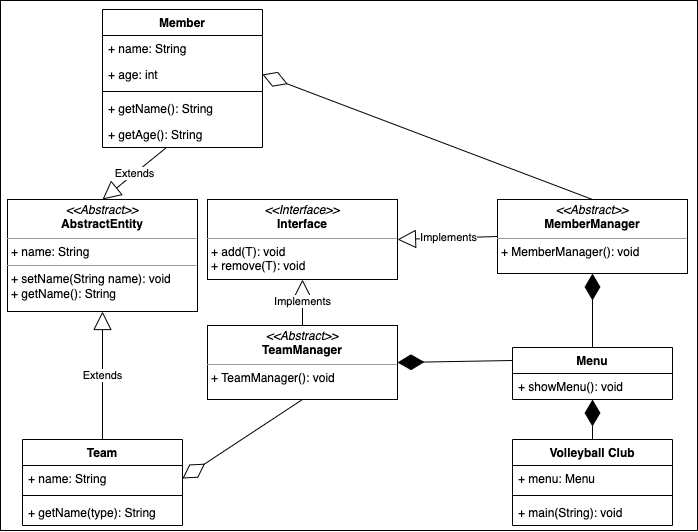
This is K05/UML.drawio.png from biankazieba/TBZ-Module-320, a draw.io export, as it was before one commit. Source tidied: cells renumbered, new cells last; positions are measured from the earlier drawing's top-left corner, leaving out a move shared by most shapes.
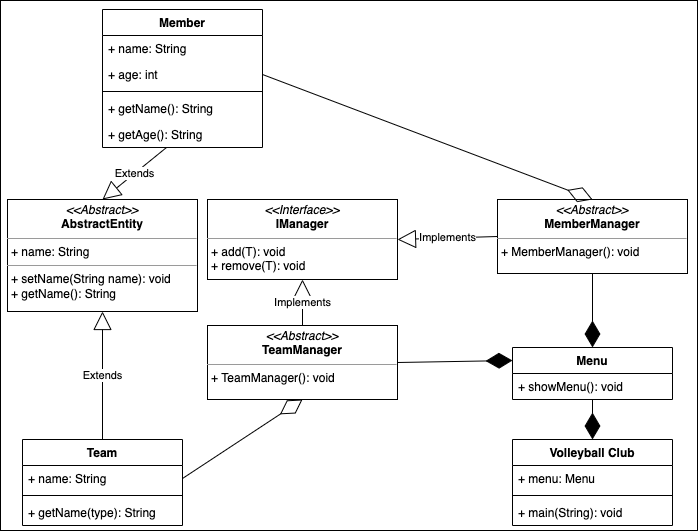
After the commit.

What changed in the source:
```diff
@@ -74,23 +74,23 @@
     <mxCell id="25" value="Implements" style="endArrow=block;endSize=16;endFill=0;html=1;exitX=0;exitY=0.5;exitDx=0;exitDy=0;entryX=1;entryY=0.5;entryDx=0;entryDy=0;" parent="1" edge="1" source="22" target="31">
       <mxGeometry x="-0.01" relative="1" as="geometry" />
     </mxCell>
-    <mxCell id="26" style="endArrow=diamondThin;endFill=0;endSize=24;html=1;entryX=1;entryY=0.5;entryDx=0;entryDy=0;exitX=0.5;exitY=0;exitDx=0;exitDy=0;" parent="1" edge="1" source="22" target="13">
+    <mxCell id="26" style="endArrow=diamondThin;endFill=0;endSize=24;html=1;exitX=1;exitY=0.5;exitDx=0;exitDy=0;entryX=0.5;entryY=0;entryDx=0;entryDy=0;" parent="1" edge="1" source="13" target="22">
       <mxGeometry relative="1" as="geometry" />
     </mxCell>
-    <mxCell id="27" style="endArrow=diamondThin;endFill=0;endSize=24;html=1;entryX=1;entryY=0.5;entryDx=0;entryDy=0;exitX=0.5;exitY=1;exitDx=0;exitDy=0;" parent="1" edge="1" source="23" target="8">
+    <mxCell id="27" style="endArrow=diamondThin;endFill=0;endSize=24;html=1;exitX=1;exitY=0.5;exitDx=0;exitDy=0;entryX=0.5;entryY=1;entryDx=0;entryDy=0;" parent="1" edge="1" source="8" target="23">
       <mxGeometry relative="1" as="geometry" />
     </mxCell>
-    <mxCell id="28" style="endArrow=diamondThin;endFill=1;endSize=24;html=1;entryX=0.5;entryY=1;entryDx=0;entryDy=0;exitX=0.5;exitY=0;exitDx=0;exitDy=0;" parent="1" edge="1" source="17" target="22">
+    <mxCell id="28" style="endArrow=diamondThin;endFill=1;endSize=24;html=1;exitX=0.5;exitY=1;exitDx=0;exitDy=0;entryX=0.5;entryY=0;entryDx=0;entryDy=0;" parent="1" edge="1" source="22" target="17">
       <mxGeometry relative="1" as="geometry" />
     </mxCell>
-    <mxCell id="29" style="endArrow=diamondThin;endFill=1;endSize=24;html=1;entryX=1;entryY=0.5;entryDx=0;entryDy=0;exitX=0;exitY=0.25;exitDx=0;exitDy=0;" parent="1" edge="1" source="17" target="23">
+    <mxCell id="29" style="endArrow=diamondThin;endFill=1;endSize=24;html=1;exitX=1;exitY=0.5;exitDx=0;exitDy=0;entryX=0;entryY=0.25;entryDx=0;entryDy=0;" parent="1" edge="1" source="23" target="17">
       <mxGeometry relative="1" as="geometry" />
     </mxCell>
+    <mxCell id="31" value="&lt;p style=&quot;margin:0px;margin-top:4px;text-align:center;&quot;&gt;&lt;i&gt;&amp;lt;&amp;lt;Interface&amp;gt;&amp;gt;&lt;/i&gt;&lt;br&gt;&lt;b&gt;IManager&lt;/b&gt;&lt;/p&gt;&lt;hr size=&quot;1&quot;&gt;&lt;p style=&quot;margin:0px;margin-left:4px;&quot;&gt;+ add(T): void&lt;br&gt;+ remove(T): void&lt;/p&gt;" style="verticalAlign=top;align=left;overflow=fill;fontSize=12;fontFamily=Helvetica;html=1;" parent="1" vertex="1">
+      <mxGeometry x="207" y="199" width="190" height="80" as="geometry" />
+    </mxCell>
-    <mxCell id="30" style="endArrow=diamondThin;endFill=1;endSize=24;html=1;exitX=0.5;exitY=0;exitDx=0;exitDy=0;" parent="1" edge="1" source="3" target="18">
+    <mxCell id="30" style="endArrow=diamondThin;endFill=1;endSize=24;html=1;entryX=0.5;entryY=0;entryDx=0;entryDy=0;" parent="1" edge="1" source="18" target="3">
       <mxGeometry relative="1" as="geometry" />
     </mxCell>
-    <mxCell id="31" value="&lt;p style=&quot;margin:0px;margin-top:4px;text-align:center;&quot;&gt;&lt;i&gt;&amp;lt;&amp;lt;Interface&amp;gt;&amp;gt;&lt;/i&gt;&lt;br&gt;&lt;b&gt;Interface&lt;/b&gt;&lt;/p&gt;&lt;hr size=&quot;1&quot;&gt;&lt;p style=&quot;margin:0px;margin-left:4px;&quot;&gt;+ add(T): void&lt;br&gt;+ remove(T): void&lt;/p&gt;" style="verticalAlign=top;align=left;overflow=fill;fontSize=12;fontFamily=Helvetica;html=1;" parent="1" vertex="1">
-      <mxGeometry x="207" y="199" width="190" height="80" as="geometry" />
-    </mxCell>
   </root>
 </mxGraphModel>
```
